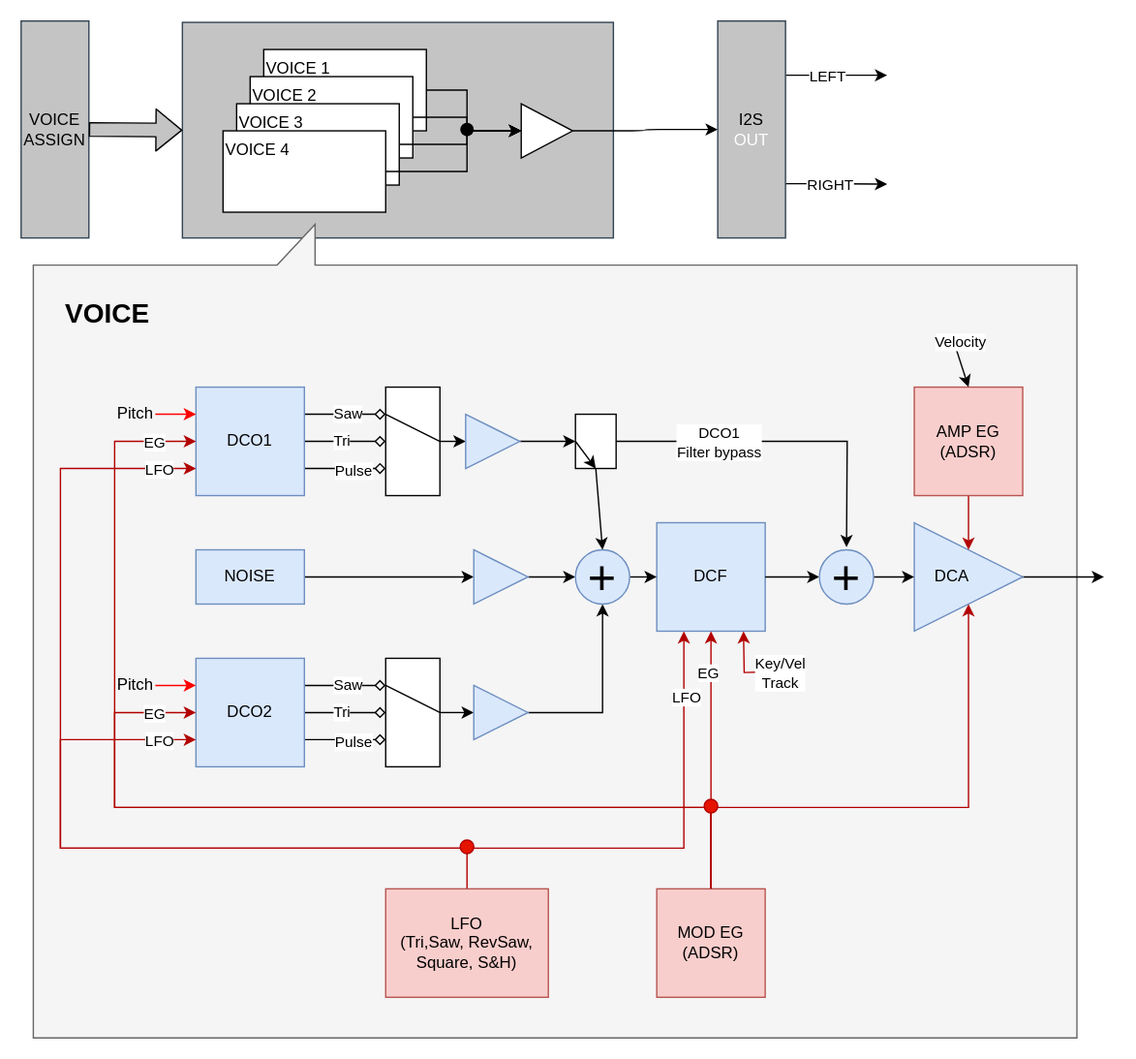
Before: docs/assets/images/synth_blocks.svg, a diagram exported from draw.io (ydigikat/TangSynth9). Source tidied: cells renumbered, new cells last; positions are measured from the earlier drawing's top-left corner, leaving out a move shared by most shapes.
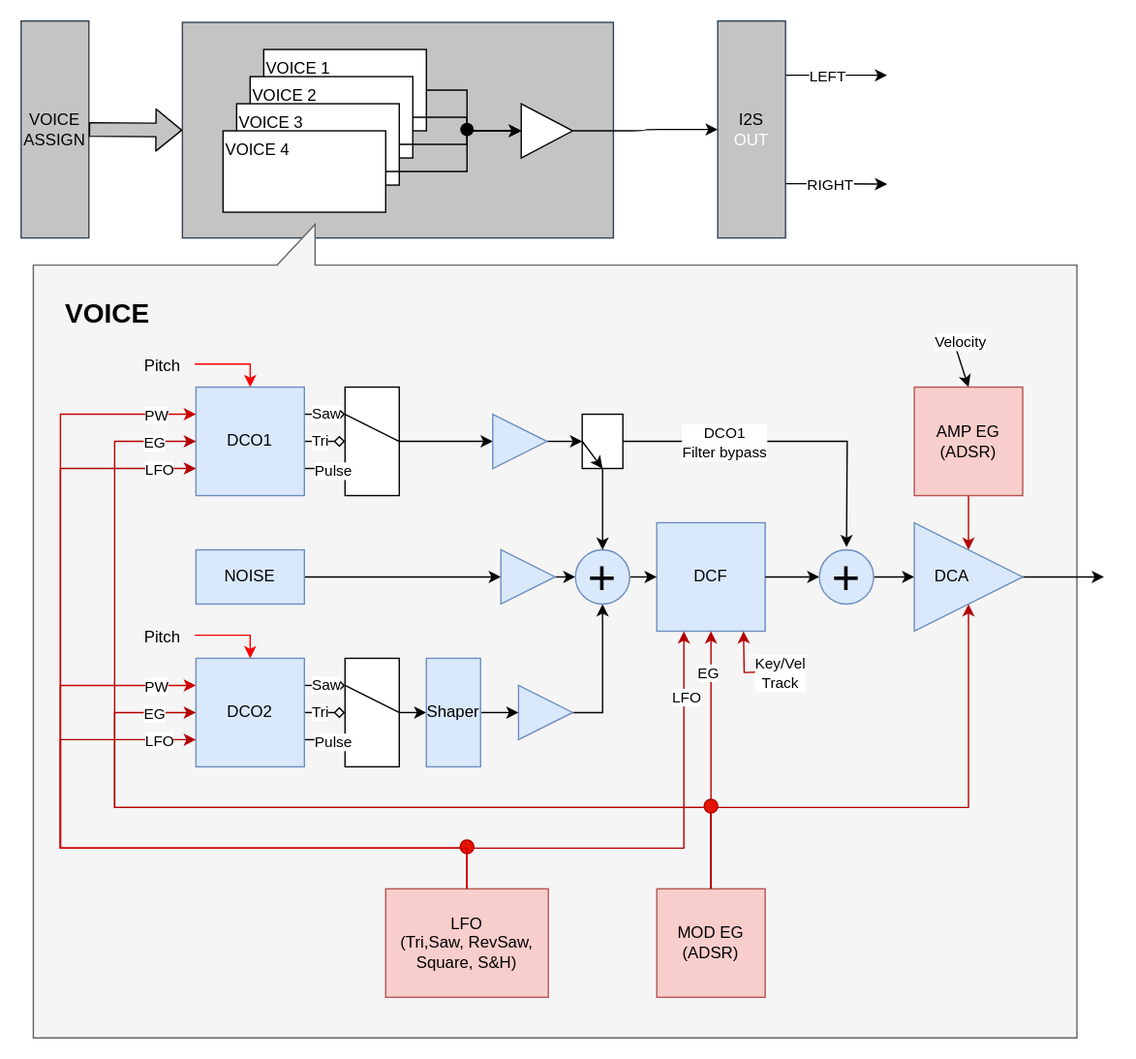
Later version of the same file.

Change to the diagram source:
```diff
@@ -17,7 +17,7 @@
       <mxGeometry relative="1" as="geometry" />
     </mxCell>
     <mxCell id="6" style="rounded=0;whiteSpace=wrap;html=1;" parent="1" vertex="1">
-      <mxGeometry x="269" y="270" width="40" height="80" as="geometry" />
+      <mxGeometry x="239" y="270" width="40" height="80" as="geometry" />
     </mxCell>
     <mxCell id="7" style="edgeStyle=none;html=1;exitX=1;exitY=0.25;exitDx=0;exitDy=0;entryX=0;entryY=0.25;entryDx=0;entryDy=0;endArrow=diamond;endFill=0;" parent="1" edge="1" source="13" target="6">
       <mxGeometry relative="1" as="geometry" />
@@ -57,11 +57,11 @@
     <mxCell id="16" style="edgeStyle=none;html=1;exitX=1;exitY=0.5;exitDx=0;exitDy=0;entryX=0;entryY=0.25;entryDx=0;entryDy=0;endArrow=none;endFill=0;" parent="1" edge="1" source="6" target="6">
       <mxGeometry relative="1" as="geometry" />
     </mxCell>
-    <mxCell id="17" style="edgeStyle=none;html=1;exitX=1;exitY=0.5;exitDx=0;exitDy=0;" parent="1" edge="1" source="18" target="30">
+    <mxCell id="17" style="edgeStyle=none;html=1;exitX=1;exitY=0.5;exitDx=0;exitDy=0;entryX=0;entryY=0.5;entryDx=0;entryDy=0;" parent="1" edge="1" source="18" target="99">
       <mxGeometry relative="1" as="geometry" />
     </mxCell>
     <mxCell id="18" style="rounded=0;whiteSpace=wrap;html=1;" parent="1" vertex="1">
-      <mxGeometry x="269" y="470" width="40" height="80" as="geometry" />
+      <mxGeometry x="239" y="470" width="40" height="80" as="geometry" />
     </mxCell>
     <mxCell id="19" style="edgeStyle=none;html=1;exitX=1;exitY=0.25;exitDx=0;exitDy=0;entryX=0;entryY=0.25;entryDx=0;entryDy=0;endArrow=diamond;endFill=0;" parent="1" edge="1" source="25" target="18">
       <mxGeometry relative="1" as="geometry" />
@@ -103,19 +103,19 @@
       <mxGeometry relative="1" as="geometry" />
     </mxCell>
     <mxCell id="30" style="triangle;whiteSpace=wrap;html=1;fillColor=#dae8fc;strokeColor=#6c8ebf;" parent="1" vertex="1">
-      <mxGeometry x="334" y="490" width="40" height="40" as="geometry" />
+      <mxGeometry x="367" y="490" width="40" height="40" as="geometry" />
     </mxCell>
     <mxCell id="31" style="edgeStyle=none;html=1;exitX=1;exitY=0.5;exitDx=0;exitDy=0;entryX=0;entryY=0.5;entryDx=0;entryDy=0;" parent="1" edge="1" source="32" target="36">
       <mxGeometry relative="1" as="geometry" />
     </mxCell>
     <mxCell id="32" style="triangle;whiteSpace=wrap;html=1;fillColor=#dae8fc;strokeColor=#6c8ebf;" parent="1" vertex="1">
-      <mxGeometry x="334" y="390" width="40" height="40" as="geometry" />
+      <mxGeometry x="354" y="390" width="40" height="40" as="geometry" />
     </mxCell>
     <mxCell id="33" style="edgeStyle=none;html=1;exitX=1;exitY=0.5;exitDx=0;exitDy=0;entryX=0;entryY=0.5;entryDx=0;entryDy=0;" parent="1" edge="1" source="34" target="91">
       <mxGeometry relative="1" as="geometry" />
     </mxCell>
     <mxCell id="34" style="triangle;whiteSpace=wrap;html=1;fillColor=#dae8fc;strokeColor=#6c8ebf;" parent="1" vertex="1">
-      <mxGeometry x="328" y="290" width="40" height="40" as="geometry" />
+      <mxGeometry x="348" y="290" width="40" height="40" as="geometry" />
     </mxCell>
     <mxCell id="35" style="edgeStyle=none;html=1;exitX=1;exitY=0.5;exitDx=0;exitDy=0;entryX=0;entryY=0.5;entryDx=0;entryDy=0;" parent="1" edge="1" source="36" target="15">
       <mxGeometry relative="1" as="geometry" />
@@ -162,6 +162,20 @@
         <mxPoint y="-10" as="offset" />
       </mxGeometry>
     </mxCell>
+    <mxCell id="93" style="edgeStyle=orthogonalEdgeStyle;html=1;exitX=0.5;exitY=0;exitDx=0;exitDy=0;entryX=0;entryY=0.25;entryDx=0;entryDy=0;rounded=0;curved=0;strokeColor=#CC0000;" parent="1" edge="1" source="44" target="25">
+      <mxGeometry relative="1" as="geometry">
+        <Array as="points">
+          <mxPoint x="329" y="610" />
+          <mxPoint x="29" y="610" />
+          <mxPoint x="29" y="490" />
+        </Array>
+      </mxGeometry>
+    </mxCell>
+    <mxCell id="94" value="PW" style="edgeLabel;html=1;align=center;verticalAlign=middle;" parent="93" vertex="1">
+      <mxGeometry x="0.84" y="1" relative="1" as="geometry">
+        <mxPoint x="13" y="1" as="offset" />
+      </mxGeometry>
+    </mxCell>
     <mxCell id="44" value="LFO&lt;div&gt;(Tri,Saw, RevSaw, Square, S&amp;amp;H)&lt;/div&gt;" style="rounded=0;whiteSpace=wrap;html=1;strokeColor=#b85450;fillColor=#f8cecc;" parent="1" vertex="1">
       <mxGeometry x="269" y="640" width="120" height="80" as="geometry" />
     </mxCell>
@@ -320,23 +334,11 @@
     <mxCell id="79" value="VOICE" style="text;strokeColor=none;align=center;fillColor=none;html=1;verticalAlign=middle;whiteSpace=wrap;rounded=0;fontStyle=1;fontSize=20;" parent="1" vertex="1">
       <mxGeometry x="29" y="200" width="70" height="30" as="geometry" />
     </mxCell>
-    <mxCell id="80" style="endArrow=classic;html=1;strokeColor=#FF0000;" parent="1" edge="1">
-      <mxGeometry relative="1" as="geometry">
-        <mxPoint x="99" y="490" as="sourcePoint" />
-        <mxPoint x="129" y="490" as="targetPoint" />
-      </mxGeometry>
-    </mxCell>
-    <mxCell id="81" value="Pitch" style="text;html=1;align=center;verticalAlign=middle;points=[];strokeColor=none;fillColor=none;" parent="1" vertex="1">
-      <mxGeometry x="59" y="475" width="50" height="30" as="geometry" />
-    </mxCell>
     <mxCell id="82" value="Pitch" style="text;html=1;align=center;verticalAlign=middle;points=[];strokeColor=none;fillColor=none;" parent="1" vertex="1">
-      <mxGeometry x="59" y="275" width="50" height="30" as="geometry" />
+      <mxGeometry x="79" y="240" width="50" height="30" as="geometry" />
     </mxCell>
-    <mxCell id="83" style="endArrow=classic;html=1;strokeColor=#FF0000;" parent="1" edge="1">
-      <mxGeometry relative="1" as="geometry">
-        <mxPoint x="99" y="290" as="sourcePoint" />
-        <mxPoint x="129" y="290" as="targetPoint" />
-      </mxGeometry>
+    <mxCell id="83" style="endArrow=classic;html=1;strokeColor=#FF0000;entryX=0.5;entryY=0;entryDx=0;entryDy=0;exitX=0.98;exitY=0.433;exitDx=0;exitDy=0;exitPerimeter=0;edgeStyle=orthogonalEdgeStyle;rounded=0;curved=0;" parent="1" edge="1" source="82" target="13">
+      <mxGeometry relative="1" as="geometry" />
     </mxCell>
     <mxCell id="84" style="edgeStyle=none;html=1;exitX=0.5;exitY=0;exitDx=0;exitDy=0;entryX=0.117;entryY=0.852;entryDx=0;entryDy=0;entryPerimeter=0;startArrow=classic;startFill=1;endArrow=none;endFill=0;" parent="1" edge="1" source="54" target="3">
       <mxGeometry relative="1" as="geometry" />
@@ -366,10 +368,41 @@
       <mxGeometry relative="1" as="geometry" />
     </mxCell>
     <mxCell id="91" style="rounded=0;whiteSpace=wrap;html=1;" parent="1" vertex="1">
-      <mxGeometry x="409" y="290" width="30" height="40" as="geometry" />
+      <mxGeometry x="414" y="290" width="30" height="40" as="geometry" />
     </mxCell>
     <mxCell id="92" style="edgeStyle=none;html=1;exitX=0;exitY=0.5;exitDx=0;exitDy=0;entryX=0.5;entryY=1;entryDx=0;entryDy=0;" parent="1" edge="1" source="91" target="91">
       <mxGeometry relative="1" as="geometry" />
     </mxCell>
+    <mxCell id="95" style="endArrow=classic;html=1;strokeColor=#FF0000;exitX=0.98;exitY=0.433;exitDx=0;exitDy=0;exitPerimeter=0;edgeStyle=orthogonalEdgeStyle;rounded=0;curved=0;" parent="1" edge="1" source="81">
+      <mxGeometry relative="1" as="geometry">
+        <mxPoint x="169" y="470" as="targetPoint" />
+        <Array as="points">
+          <mxPoint x="169" y="453" />
+        </Array>
+      </mxGeometry>
+    </mxCell>
+    <mxCell id="81" value="Pitch" style="text;html=1;align=center;verticalAlign=middle;points=[];strokeColor=none;fillColor=none;" parent="1" vertex="1">
+      <mxGeometry x="79" y="440" width="50" height="30" as="geometry" />
+    </mxCell>
+    <mxCell id="96" style="edgeStyle=orthogonalEdgeStyle;html=1;exitX=0.5;exitY=0;exitDx=0;exitDy=0;rounded=0;curved=0;strokeColor=#CC0000;entryX=0;entryY=0.25;entryDx=0;entryDy=0;" parent="1" edge="1" source="44" target="13">
+      <mxGeometry relative="1" as="geometry">
+        <Array as="points">
+          <mxPoint x="329" y="610" />
+          <mxPoint x="29" y="610" />
+          <mxPoint x="29" y="290" />
+        </Array>
+      </mxGeometry>
+    </mxCell>
+    <mxCell id="97" value="PW" style="edgeLabel;html=1;align=center;verticalAlign=middle;" parent="96" vertex="1">
+      <mxGeometry x="0.88" y="-1" relative="1" as="geometry">
+        <mxPoint x="14" y="-1" as="offset" />
+      </mxGeometry>
+    </mxCell>
+    <mxCell id="98" style="edgeStyle=none;html=1;" parent="1" edge="1" source="99" target="30">
+      <mxGeometry relative="1" as="geometry" />
+    </mxCell>
+    <mxCell id="99" value="Shaper" style="rounded=0;whiteSpace=wrap;html=1;fillColor=#dae8fc;strokeColor=#6c8ebf;" parent="1" vertex="1">
+      <mxGeometry x="299" y="470" width="40" height="80" as="geometry" />
+    </mxCell>
   </root>
 </mxGraphModel>
```
